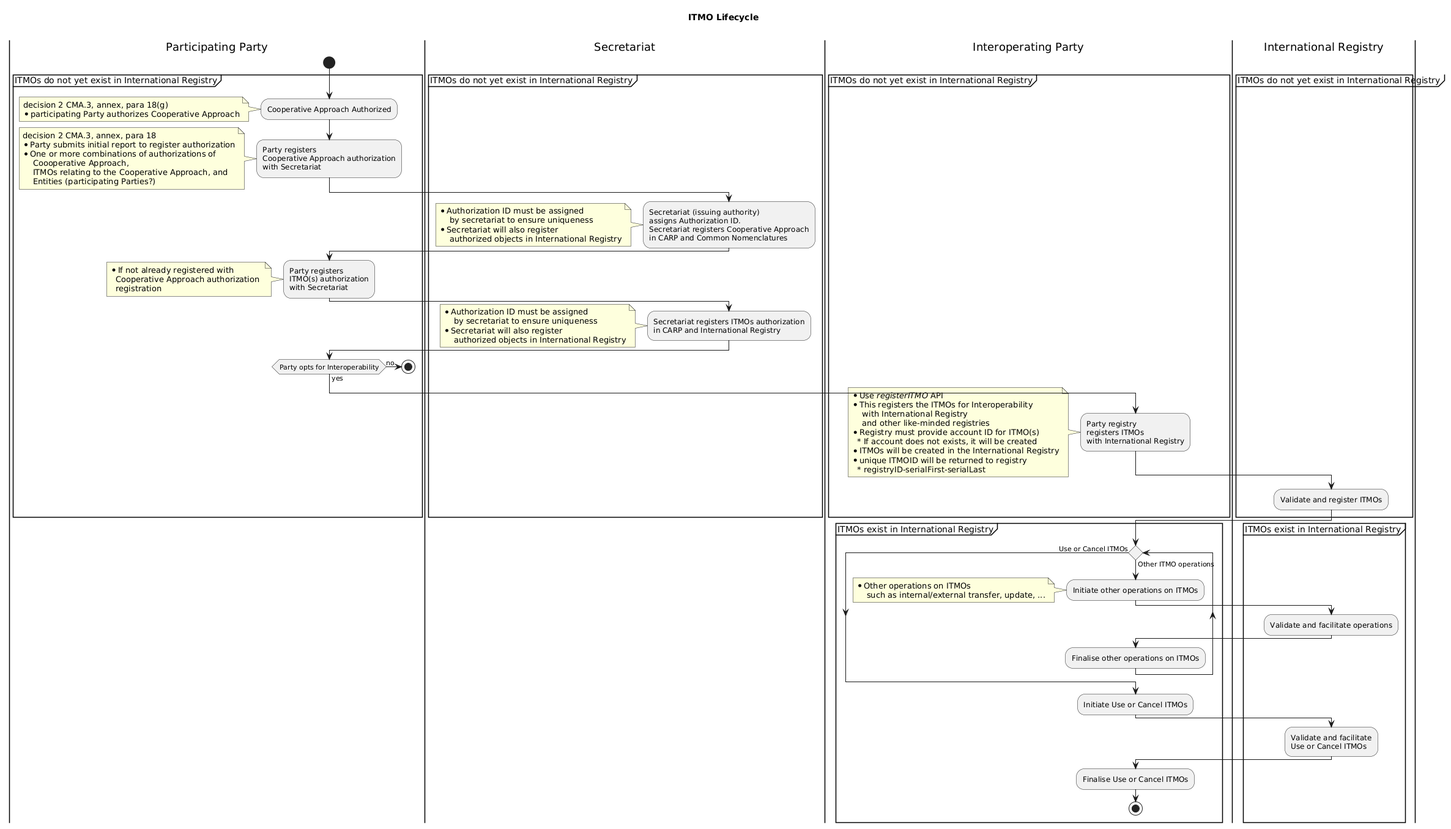
Earlier version of the PlantUML export diagrams/ITMO Lifecyle - activity.png (frankcnng/CARP).
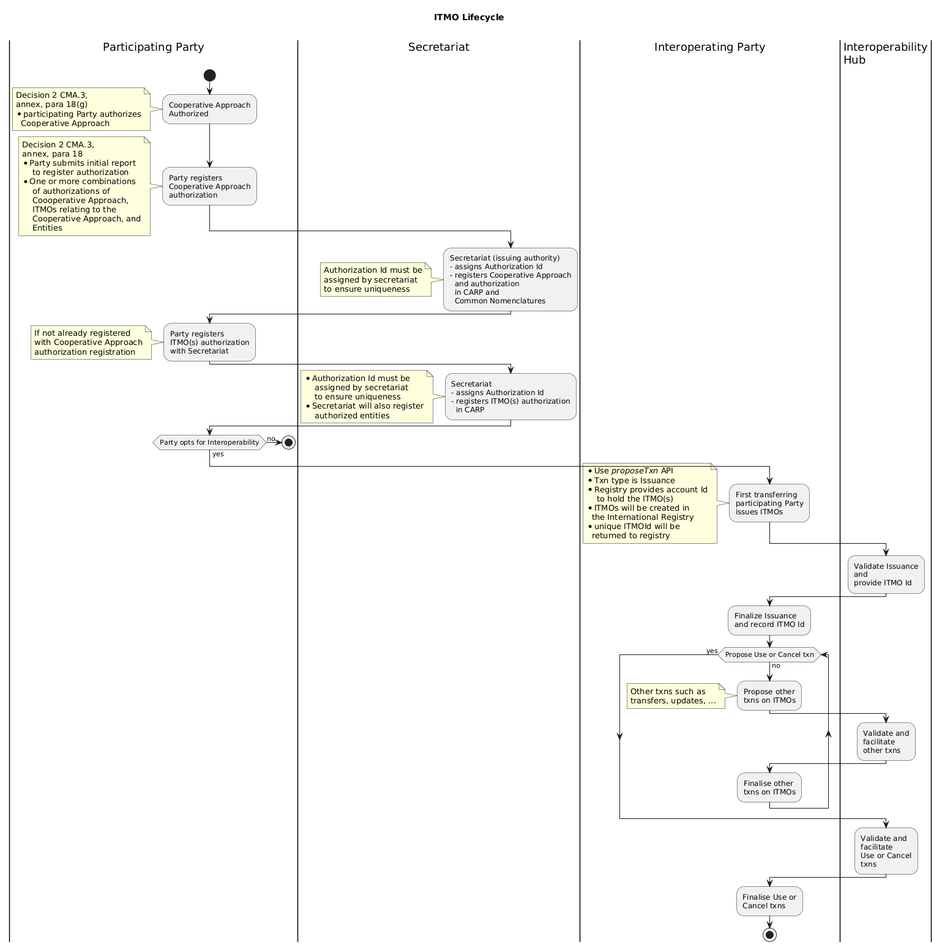
Later version of the same file.

What changed in the source:
```diff
@@ -5,109 +5,122 @@
 
 start
 
-partition ITMOs do not yet exist in International Registry {
 
-    :Cooperative Approach Authorized;
+    :Cooperative Approach\nAuthorized;
       note left
-        decision 2 CMA.3, annex, para 18(g)
-        * participating Party authorizes Cooperative Approach
+        Decision 2 CMA.3,
+        annex, para 18(g)
+        * participating Party authorizes
+          Cooperative Approach
       end note
 
     :Party registers
-    Cooperative Approach authorization
-    with Secretariat;
+    Cooperative Approach
+    authorization;
       note left
-        decision 2 CMA.3, annex, para 18
-        * Party submits initial report to register authorization
-        * One or more combinations of authorizations of
+        Decision 2 CMA.3,
+        annex, para 18
+        * Party submits initial report
+            to register authorization
+        * One or more combinations
+            of authorizations of
             Coooperative Approach,
-            ITMOs relating to the Cooperative Approach, and
-            Entities (participating Parties?)
+            ITMOs relating to the
+            Cooperative Approach, and
+            Entities
       end note
     |Secretariat|
     :Secretariat (issuing authority)
-    assigns Authorization ID.
-    Secretariat registers Cooperative Approach
-    in CARP and Common Nomenclatures;
+    - assigns Authorization Id
+    - registers Cooperative Approach
+      and authorization
+      in CARP and
+      Common Nomenclatures;
       note left
-        * Authorization ID must be assigned
-            by secretariat to ensure uniqueness
-        * Secretariat will also register
-            authorized objects in International Registry
+        Authorization Id must be
+        assigned by secretariat
+        to ensure uniqueness
       end note
     |Participating Party|
     :Party registers
     ITMO(s) authorization
     with Secretariat;
       note left
-          * If not already registered with
-            Cooperative Approach authorization
-            registration
+          If not already registered
+          with Cooperative Approach
+          authorization registration
       end note
 
     |Secretariat|
-    :Secretariat registers ITMOs authorization
-    in CARP and International Registry;
+    :Secretariat
+    - assigns Authorization Id
+    - registers ITMO(s) authorization
+      in CARP;
       note left
-        * Authorization ID must be assigned
-            by secretariat to ensure uniqueness
+        * Authorization Id must be
+            assigned by secretariat
+            to ensure uniqueness
         * Secretariat will also register
-            authorized objects in International Registry
+            authorized entities
       end note
 
     |Participating Party|
     if (Party opts for Interoperability) then (yes)
 
       |Interoperating Party|
-      :Party registry
-      registers ITMOs
-      with International Registry;
+      :First transferring\nparticipating Party\nissues ITMOs;
         note left
-        * Use //registerITMO// API
-        * This registers the ITMOs for Interoperability
-            with International Registry
-            and other like-minded registries
-        * Registry must provide account ID for ITMO(s)
-          * If account does not exists, it will be created
-        * ITMOs will be created in the International Registry
-        * unique ITMOID will be returned to registry
-          * registryID-serialFirst-serialLast
+        * Use //proposeTxn// API
+        * Txn type is Issuance
+        * Registry provides account Id
+            to hold the ITMO(s)
+        * ITMOs will be created in
+          the International Registry
+        * unique ITMOId will be
+          returned to registry
         end note
-      |International Registry|
-      :Validate and register ITMOs;
+      |Interoperability\nHub|
+      :Validate Issuance
+      and
+      provide ITMO Id;
 
       |Interoperating Party|
+      :Finalize Issuance
+      and record ITMO Id;
     else (no)
       |Participating Party|
       stop
 
   endif
-}
 
 |Interoperating Party|
-partition ITMOs exist in International Registry {
 
-  while () is (Other ITMO operations)
 
-    :Initiate other operations on ITMOs;
+  while (Propose Use or Cancel txn) is (no)
+
+    :Propose other
+    txns on ITMOs;
       note left
-      * Other operations on ITMOs
-          such as internal/external transfer, update, ...
+      Other txns such as
+      transfers, updates, ...
       end note
-    |International Registry|
-    :Validate and facilitate operations;
+    |Interoperability\nHub|
+    :Validate and
+    facilitate
+    other txns;
     |Interoperating Party|
-    :Finalise other operations on ITMOs;
-  endwhile (Use or Cancel ITMOs)
-    :Initiate Use or Cancel ITMOs;
-    |International Registry|
-    :Validate and facilitate
-    Use or Cancel ITMOs;
+    :Finalise other
+    txns on ITMOs;
+  endwhile (yes)
+    |Interoperability\nHub|
+    :Validate and
+    facilitate
+    Use or Cancel
+    txns;
     |Interoperating Party|
-    :Finalise Use or Cancel ITMOs;
+    :Finalise Use or
+    Cancel txns;
     stop
 
 
-}
-
 @enduml
```
